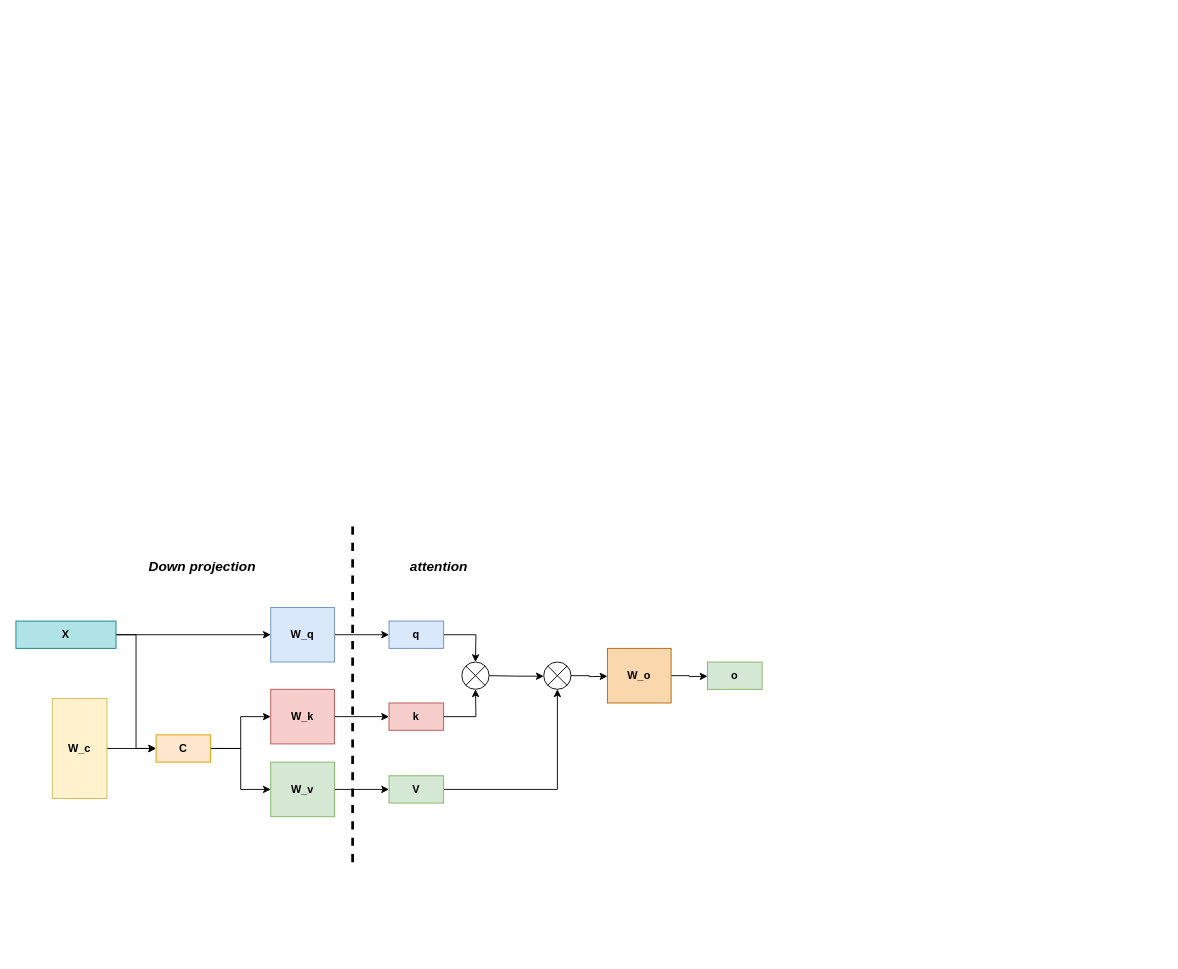
Above: assets/MLA.drawio in ShizhongP/dl-notes (draw.io), before the change. Source tidied: cells renumbered, new cells numbered last; positions are measured from the earlier drawing's top-left corner, leaving out a move shared by most shapes. Both pictures are drawn from the tidied source at 91%, with x=0, y=0 at pixel (15, 525).
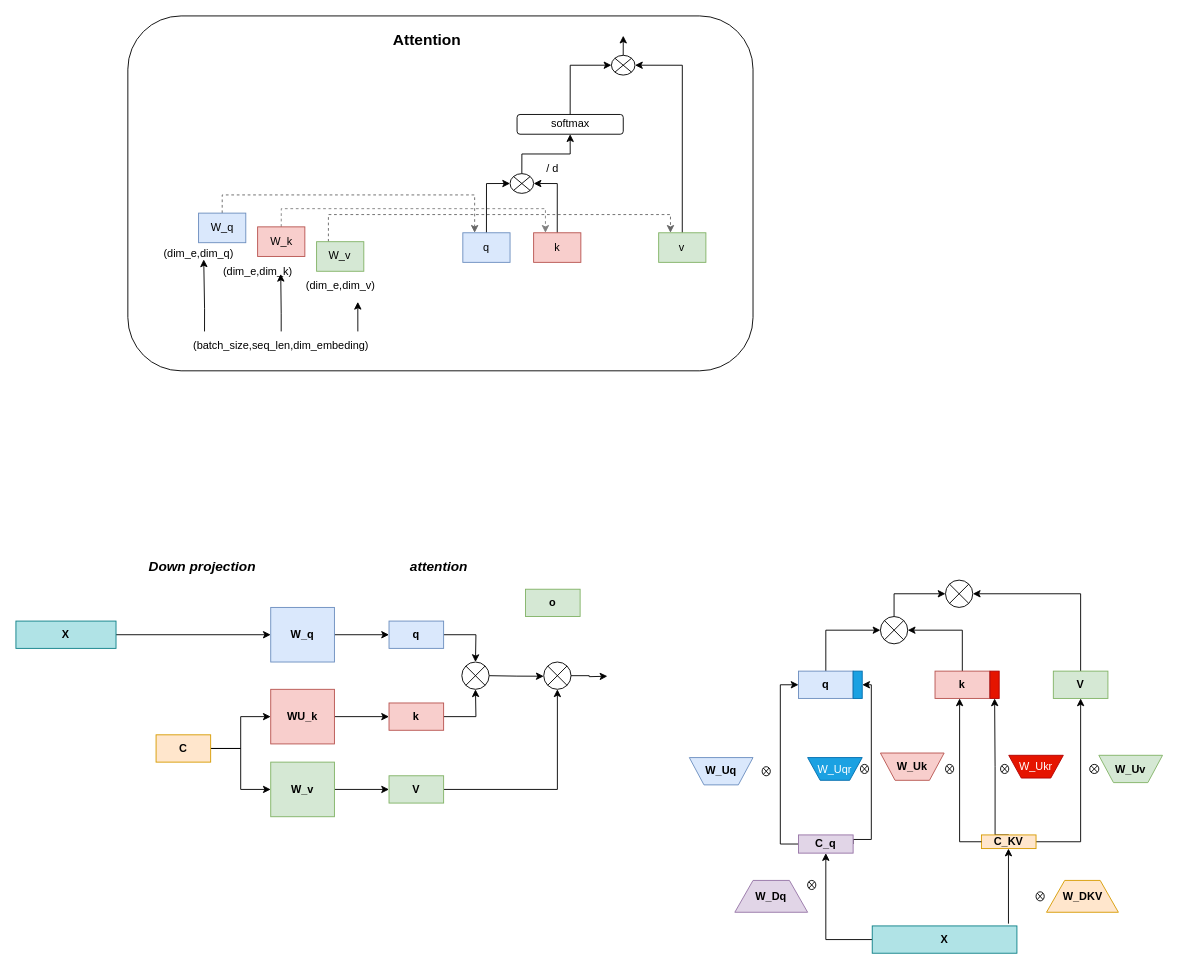
Above is the later version.

Unchanged cells that the change refers to:
```xml
<mxCell id="4" value="&lt;b&gt;X&lt;/b&gt;" style="rounded=0;whiteSpace=wrap;html=1;fillColor=#b0e3e6;strokeColor=#0e8088;" parent="1" vertex="1">
  <mxGeometry y="105" width="110" height="30" as="geometry" />
</mxCell>
<mxCell id="9" value="&lt;b&gt;C&lt;/b&gt;" style="rounded=0;whiteSpace=wrap;html=1;fillColor=#ffe6cc;strokeColor=#d79b00;" parent="1" vertex="1">
  <mxGeometry x="154" y="230" width="60" height="30" as="geometry" />
</mxCell>
```

Diff of the diagram source:
```diff
@@
-    <mxCell id="2" style="edgeStyle=orthogonalEdgeStyle;rounded=0;jettySize=auto;html=1;exitX=1;exitY=0.5;exitDx=0;exitDy=0;entryX=0;entryY=0.5;entryDx=0;entryDy=0;" parent="1" edge="1" source="4" target="9">
-      <mxGeometry relative="1" as="geometry" />
-    </mxCell>
@@
-    <mxCell id="5" style="edgeStyle=orthogonalEdgeStyle;rounded=0;jettySize=auto;html=1;exitX=1;exitY=0.5;exitDx=0;exitDy=0;entryX=0;entryY=0.5;entryDx=0;entryDy=0;" parent="1" edge="1" source="6" target="9">
-      <mxGeometry relative="1" as="geometry" />
-    </mxCell>
-    <mxCell id="6" value="&lt;b&gt;W_c&lt;/b&gt;" style="rounded=0;whiteSpace=wrap;html=1;fillColor=#fff2cc;strokeColor=#d6b656;" parent="1" vertex="1">
-      <mxGeometry x="40" y="190" width="60" height="110" as="geometry" />
-    </mxCell>
@@
-    <mxCell id="13" value="&lt;b&gt;W_k&lt;/b&gt;" style="rounded=0;whiteSpace=wrap;html=1;fillColor=#f8cecc;strokeColor=#b85450;" parent="1" vertex="1">
+    <mxCell id="13" value="&lt;b&gt;WU_k&lt;/b&gt;" style="rounded=0;whiteSpace=wrap;html=1;fillColor=#f8cecc;strokeColor=#b85450;" parent="1" vertex="1">
       <mxGeometry x="280" y="180" width="70" height="60" as="geometry" />
     </mxCell>
@@
-    <mxCell id="29" style="endArrow=none;html=1;rounded=0;dashed=1;strokeWidth=3;" parent="1" edge="1">
-      <mxGeometry relative="1" as="geometry">
-        <mxPoint x="370" y="370" as="sourcePoint" />
-        <mxPoint x="370" as="targetPoint" />
-      </mxGeometry>
-    </mxCell>
-    <mxCell id="30" style="edgeStyle=orthogonalEdgeStyle;rounded=0;jettySize=auto;html=1;exitX=1;exitY=0.5;exitDx=0;exitDy=0;" parent="1" edge="1" source="31">
-      <mxGeometry relative="1" as="geometry">
-        <mxPoint x="760" y="165.6" as="targetPoint" />
-      </mxGeometry>
-    </mxCell>
-    <mxCell id="31" value="&lt;b&gt;W_o&lt;/b&gt;" style="rounded=0;whiteSpace=wrap;html=1;fillColor=#fad7ac;strokeColor=#b46504;" parent="1" vertex="1">
-      <mxGeometry x="650" y="135" width="70" height="60" as="geometry" />
-    </mxCell>
     <mxCell id="32" value="&lt;b&gt;o&lt;/b&gt;" style="rounded=0;whiteSpace=wrap;html=1;fillColor=#d5e8d4;strokeColor=#82b366;" parent="1" vertex="1">
-      <mxGeometry x="760" y="150" width="60" height="30" as="geometry" />
+      <mxGeometry x="560" y="70" width="60" height="30" as="geometry" />
     </mxCell>
+    <mxCell id="33" style="group;" parent="1" vertex="1">
+      <mxGeometry x="110" y="-560" width="700" height="390" as="geometry" />
+    </mxCell>
+    <mxCell id="34" style="rounded=1;whiteSpace=wrap;html=1;" parent="33" vertex="1">
+      <mxGeometry x="13" width="687" height="390" as="geometry" />
+    </mxCell>
+    <mxCell id="35" style="edgeStyle=orthogonalEdgeStyle;rounded=0;jettySize=auto;html=1;exitX=0.5;exitY=0;exitDx=0;exitDy=0;entryX=0.25;entryY=0;entryDx=0;entryDy=0;dashed=1;strokeColor=#666666;" parent="33" edge="1" source="36" target="44">
+      <mxGeometry relative="1" as="geometry" />
+    </mxCell>
+    <mxCell id="36" value="W_q" style="rounded=0;whiteSpace=wrap;html=1;fillColor=#dae8fc;strokeColor=#6c8ebf;" parent="33" vertex="1">
+      <mxGeometry x="90.7" y="216.7" width="51.9" height="32.5" as="geometry" />
+    </mxCell>
+    <mxCell id="37" style="edgeStyle=orthogonalEdgeStyle;rounded=0;jettySize=auto;html=1;exitX=0.5;exitY=0;exitDx=0;exitDy=0;entryX=0.25;entryY=0;entryDx=0;entryDy=0;dashed=1;strokeColor=#808080;" parent="33" edge="1" source="38" target="46">
+      <mxGeometry relative="1" as="geometry" />
+    </mxCell>
+    <mxCell id="38" value="W_k" style="rounded=0;whiteSpace=wrap;html=1;fillColor=#f8cecc;strokeColor=#b85450;" parent="33" vertex="1">
+      <mxGeometry x="155.6" y="231.8" width="51.9" height="32.5" as="geometry" />
+    </mxCell>
+    <mxCell id="39" style="edgeStyle=orthogonalEdgeStyle;rounded=0;jettySize=auto;html=1;exitX=0.25;exitY=0;exitDx=0;exitDy=0;entryX=0.25;entryY=0;entryDx=0;entryDy=0;dashed=1;strokeColor=#666666;" parent="33" edge="1" source="40" target="48">
+      <mxGeometry relative="1" as="geometry" />
+    </mxCell>
+    <mxCell id="40" value="W_v" style="rounded=0;whiteSpace=wrap;html=1;fillColor=#d5e8d4;strokeColor=#82b366;" parent="33" vertex="1">
+      <mxGeometry x="220.4" y="248.1" width="51.9" height="32.5" as="geometry" />
+    </mxCell>
+    <mxCell id="41" style="edgeStyle=orthogonalEdgeStyle;rounded=0;jettySize=auto;html=1;exitX=0.75;exitY=0;exitDx=0;exitDy=0;" parent="33" edge="1" source="42">
+      <mxGeometry relative="1" as="geometry">
+        <mxPoint x="265.7" y="314.2" as="targetPoint" />
+      </mxGeometry>
+    </mxCell>
+    <mxCell id="42" value="(batch_size,seq_len,dim_embeding)" style="text;html=1;align=center;verticalAlign=middle;whiteSpace=wrap;rounded=0;" parent="33" vertex="1">
+      <mxGeometry x="13" y="346.7" width="337" height="32.5" as="geometry" />
+    </mxCell>
+    <mxCell id="43" style="edgeStyle=orthogonalEdgeStyle;rounded=0;jettySize=auto;html=1;exitX=0.5;exitY=0;exitDx=0;exitDy=0;entryX=0;entryY=0.5;entryDx=0;entryDy=0;" parent="33" edge="1" source="44" target="50">
+      <mxGeometry relative="1" as="geometry" />
+    </mxCell>
+    <mxCell id="44" value="q" style="rounded=0;whiteSpace=wrap;html=1;fillColor=#dae8fc;strokeColor=#6c8ebf;" parent="33" vertex="1">
+      <mxGeometry x="381.1" y="238.3" width="51.9" height="32.5" as="geometry" />
+    </mxCell>
+    <mxCell id="45" style="edgeStyle=orthogonalEdgeStyle;rounded=0;jettySize=auto;html=1;exitX=0.5;exitY=0;exitDx=0;exitDy=0;entryX=1;entryY=0.5;entryDx=0;entryDy=0;" parent="33" edge="1" source="46" target="50">
+      <mxGeometry relative="1" as="geometry" />
+    </mxCell>
+    <mxCell id="46" value="k" style="rounded=0;whiteSpace=wrap;html=1;fillColor=#f8cecc;strokeColor=#b85450;" parent="33" vertex="1">
+      <mxGeometry x="458.9" y="238.3" width="51.9" height="32.5" as="geometry" />
+    </mxCell>
+    <mxCell id="47" style="edgeStyle=orthogonalEdgeStyle;rounded=0;jettySize=auto;html=1;exitX=0.5;exitY=0;exitDx=0;exitDy=0;entryX=1;entryY=0.5;entryDx=0;entryDy=0;" parent="33" edge="1" source="48" target="54">
+      <mxGeometry relative="1" as="geometry" />
+    </mxCell>
+    <mxCell id="48" value="v" style="rounded=0;whiteSpace=wrap;html=1;fillColor=#d5e8d4;strokeColor=#82b366;" parent="33" vertex="1">
+      <mxGeometry x="596.3" y="238.3" width="51.9" height="32.5" as="geometry" />
+    </mxCell>
+    <mxCell id="49" style="edgeStyle=orthogonalEdgeStyle;rounded=0;jettySize=auto;html=1;exitX=0.5;exitY=0;exitDx=0;exitDy=0;entryX=0.5;entryY=1;entryDx=0;entryDy=0;" parent="33" edge="1" source="50" target="52">
+      <mxGeometry relative="1" as="geometry" />
+    </mxCell>
+    <mxCell id="50" style="shape=sumEllipse;perimeter=ellipsePerimeter;whiteSpace=wrap;html=1;backgroundOutline=1;" parent="33" vertex="1">
+      <mxGeometry x="433" y="173.3" width="25.9" height="21.7" as="geometry" />
+    </mxCell>
+    <mxCell id="51" style="edgeStyle=orthogonalEdgeStyle;rounded=0;jettySize=auto;html=1;exitX=0.5;exitY=0;exitDx=0;exitDy=0;entryX=0;entryY=0.5;entryDx=0;entryDy=0;" parent="33" edge="1" source="52" target="54">
+      <mxGeometry relative="1" as="geometry" />
+    </mxCell>
+    <mxCell id="52" value="softmax" style="rounded=1;whiteSpace=wrap;html=1;" parent="33" vertex="1">
+      <mxGeometry x="440.7" y="108.3" width="116.7" height="21.7" as="geometry" />
+    </mxCell>
+    <mxCell id="53" style="edgeStyle=orthogonalEdgeStyle;rounded=0;jettySize=auto;html=1;exitX=0.5;exitY=0;exitDx=0;exitDy=0;" parent="33" edge="1" source="54">
+      <mxGeometry relative="1" as="geometry">
+        <mxPoint x="557.4" y="21.7" as="targetPoint" />
+      </mxGeometry>
+    </mxCell>
+    <mxCell id="54" style="shape=sumEllipse;perimeter=ellipsePerimeter;whiteSpace=wrap;html=1;backgroundOutline=1;" parent="33" vertex="1">
+      <mxGeometry x="544.4" y="43.3" width="25.9" height="21.7" as="geometry" />
+    </mxCell>
+    <mxCell id="55" value="/ d" style="text;html=1;align=center;verticalAlign=middle;whiteSpace=wrap;rounded=0;" parent="33" vertex="1">
+      <mxGeometry x="440.7" y="151.7" width="77.8" height="32.5" as="geometry" />
+    </mxCell>
+    <mxCell id="56" value="(dim_e,dim_q)" style="text;html=1;align=center;verticalAlign=middle;whiteSpace=wrap;rounded=0;" parent="33" vertex="1">
+      <mxGeometry y="244.8" width="181.5" height="32.5" as="geometry" />
+    </mxCell>
+    <mxCell id="57" value="(dim_e,dim_k)" style="text;html=1;align=center;verticalAlign=middle;whiteSpace=wrap;rounded=0;" parent="33" vertex="1">
+      <mxGeometry x="64.8" y="264.3" width="181.5" height="32.5" as="geometry" />
+    </mxCell>
+    <mxCell id="58" value="(dim_e,dim_v)" style="text;html=1;align=center;verticalAlign=middle;whiteSpace=wrap;rounded=0;" parent="33" vertex="1">
+      <mxGeometry x="155.6" y="280.6" width="181.5" height="32.5" as="geometry" />
+    </mxCell>
+    <mxCell id="59" style="edgeStyle=orthogonalEdgeStyle;rounded=0;jettySize=auto;html=1;exitX=0.25;exitY=0;exitDx=0;exitDy=0;entryX=0.174;entryY=0.1;entryDx=0;entryDy=0;entryPerimeter=0;" parent="33" edge="1" source="42" target="57">
+      <mxGeometry relative="1" as="geometry" />
+    </mxCell>
+    <mxCell id="60" style="edgeStyle=orthogonalEdgeStyle;rounded=0;jettySize=auto;html=1;exitX=0.5;exitY=0;exitDx=0;exitDy=0;entryX=0.14;entryY=0.089;entryDx=0;entryDy=0;entryPerimeter=0;" parent="33" edge="1" source="42" target="58">
+      <mxGeometry relative="1" as="geometry" />
+    </mxCell>
+    <mxCell id="61" value="&lt;b&gt;&lt;font style=&quot;font-size: 17px;&quot;&gt;Attention&lt;/font&gt;&lt;/b&gt;" style="text;html=1;align=center;verticalAlign=middle;whiteSpace=wrap;rounded=0;" parent="33" vertex="1">
+      <mxGeometry x="303.3" y="10.8" width="77.8" height="32.5" as="geometry" />
+    </mxCell>
+    <mxCell id="62" style="edgeStyle=orthogonalEdgeStyle;rounded=0;jettySize=auto;html=1;exitX=0;exitY=0.5;exitDx=0;exitDy=0;entryX=0.5;entryY=1;entryDx=0;entryDy=0;" parent="1" edge="1" source="63" target="88">
+      <mxGeometry relative="1" as="geometry" />
+    </mxCell>
+    <mxCell id="63" value="&lt;b&gt;X&lt;/b&gt;" style="rounded=0;whiteSpace=wrap;html=1;fillColor=#b0e3e6;strokeColor=#0e8088;" parent="1" vertex="1">
+      <mxGeometry x="941" y="440" width="159" height="30" as="geometry" />
+    </mxCell>
+    <mxCell id="64" value="&lt;b&gt;W_DKV&lt;/b&gt;" style="shape=trapezoid;perimeter=trapezoidPerimeter;whiteSpace=wrap;html=1;fixedSize=1;fillColor=#ffe6cc;strokeColor=#d79b00;" parent="1" vertex="1">
+      <mxGeometry x="1132.5" y="390" width="79" height="35" as="geometry" />
+    </mxCell>
+    <mxCell id="65" style="edgeStyle=orthogonalEdgeStyle;rounded=0;jettySize=auto;html=1;exitX=1;exitY=0.5;exitDx=0;exitDy=0;entryX=0.5;entryY=1;entryDx=0;entryDy=0;" parent="1" edge="1" source="67" target="72">
+      <mxGeometry relative="1" as="geometry">
+        <Array as="points">
+          <mxPoint x="1170" y="348" />
+        </Array>
+      </mxGeometry>
+    </mxCell>
+    <mxCell id="66" style="edgeStyle=orthogonalEdgeStyle;rounded=0;jettySize=auto;html=1;exitX=0.5;exitY=0;exitDx=0;exitDy=0;entryX=0.5;entryY=1;entryDx=0;entryDy=0;" parent="1" edge="1" source="67" target="94">
+      <mxGeometry relative="1" as="geometry">
+        <Array as="points">
+          <mxPoint x="1076" y="340" />
+          <mxPoint x="1076" y="265" />
+        </Array>
+      </mxGeometry>
+    </mxCell>
+    <mxCell id="67" value="&lt;b&gt;C_KV&lt;/b&gt;" style="rounded=0;whiteSpace=wrap;html=1;fillColor=#ffe6cc;strokeColor=#d79b00;" parent="1" vertex="1">
+      <mxGeometry x="1061" y="340" width="60" height="15" as="geometry" />
+    </mxCell>
+    <mxCell id="68" value="&lt;b&gt;W_Dq&lt;/b&gt;" style="shape=trapezoid;perimeter=trapezoidPerimeter;whiteSpace=wrap;html=1;fixedSize=1;fillColor=#e1d5e7;strokeColor=#9673a6;" parent="1" vertex="1">
+      <mxGeometry x="790" y="390" width="80" height="35" as="geometry" />
+    </mxCell>
+    <mxCell id="69" style="edgeStyle=orthogonalEdgeStyle;rounded=0;jettySize=auto;html=1;exitX=0.5;exitY=0;exitDx=0;exitDy=0;entryX=1;entryY=0.5;entryDx=0;entryDy=0;" parent="1" edge="1" source="70" target="82">
+      <mxGeometry relative="1" as="geometry" />
+    </mxCell>
+    <mxCell id="70" value="&lt;b&gt;k&lt;/b&gt;" style="rounded=0;whiteSpace=wrap;html=1;fillColor=#f8cecc;strokeColor=#b85450;" parent="1" vertex="1">
+      <mxGeometry x="1010" y="160" width="60" height="30" as="geometry" />
+    </mxCell>
+    <mxCell id="71" style="edgeStyle=orthogonalEdgeStyle;rounded=0;jettySize=auto;html=1;exitX=0.5;exitY=0;exitDx=0;exitDy=0;entryX=1;entryY=0.5;entryDx=0;entryDy=0;" parent="1" edge="1" source="72" target="83">
+      <mxGeometry relative="1" as="geometry" />
+    </mxCell>
+    <mxCell id="72" value="&lt;b&gt;V&lt;/b&gt;" style="rounded=0;whiteSpace=wrap;html=1;fillColor=#d5e8d4;strokeColor=#82b366;" parent="1" vertex="1">
+      <mxGeometry x="1140" y="160" width="60" height="30" as="geometry" />
+    </mxCell>
+    <mxCell id="73" style="edgeStyle=orthogonalEdgeStyle;rounded=0;jettySize=auto;html=1;exitX=0.5;exitY=0;exitDx=0;exitDy=0;entryX=0;entryY=0.5;entryDx=0;entryDy=0;" parent="1" edge="1" source="74" target="82">
+      <mxGeometry relative="1" as="geometry" />
+    </mxCell>
+    <mxCell id="74" value="&lt;b&gt;q&lt;/b&gt;" style="rounded=0;whiteSpace=wrap;html=1;fillColor=#dae8fc;strokeColor=#6c8ebf;" parent="1" vertex="1">
+      <mxGeometry x="860" y="160" width="60" height="30" as="geometry" />
+    </mxCell>
+    <mxCell id="75" style="shape=sumEllipse;perimeter=ellipsePerimeter;whiteSpace=wrap;html=1;backgroundOutline=1;" parent="1" vertex="1">
+      <mxGeometry x="1180" y="262.5" width="10" height="10" as="geometry" />
+    </mxCell>
+    <mxCell id="76" style="shape=sumEllipse;perimeter=ellipsePerimeter;whiteSpace=wrap;html=1;backgroundOutline=1;" parent="1" vertex="1">
+      <mxGeometry x="1021.5" y="262.5" width="9" height="10" as="geometry" />
+    </mxCell>
+    <mxCell id="77" style="edgeStyle=orthogonalEdgeStyle;rounded=0;jettySize=auto;html=1;exitX=0;exitY=0.5;exitDx=0;exitDy=0;entryX=0.45;entryY=1;entryDx=0;entryDy=0;entryPerimeter=0;" parent="1" edge="1" source="67" target="70">
+      <mxGeometry relative="1" as="geometry" />
+    </mxCell>
+    <mxCell id="78" style="endArrow=classic;html=1;rounded=0;entryX=0.5;entryY=1;entryDx=0;entryDy=0;" parent="1" edge="1">
+      <mxGeometry relative="1" as="geometry">
+        <mxPoint x="1090.7" y="437.5" as="sourcePoint" />
+        <mxPoint x="1090.7" y="355" as="targetPoint" />
+      </mxGeometry>
+    </mxCell>
+    <mxCell id="79" style="shape=sumEllipse;perimeter=ellipsePerimeter;whiteSpace=wrap;html=1;backgroundOutline=1;" parent="1" vertex="1">
+      <mxGeometry x="1121" y="402.5" width="9" height="10" as="geometry" />
+    </mxCell>
+    <mxCell id="80" style="shape=sumEllipse;perimeter=ellipsePerimeter;whiteSpace=wrap;html=1;backgroundOutline=1;" parent="1" vertex="1">
+      <mxGeometry x="870" y="390" width="9" height="10" as="geometry" />
+    </mxCell>
+    <mxCell id="81" style="edgeStyle=orthogonalEdgeStyle;rounded=0;jettySize=auto;html=1;exitX=0.5;exitY=0;exitDx=0;exitDy=0;entryX=0;entryY=0.5;entryDx=0;entryDy=0;" parent="1" edge="1" source="82" target="83">
+      <mxGeometry relative="1" as="geometry" />
+    </mxCell>
+    <mxCell id="82" style="shape=sumEllipse;perimeter=ellipsePerimeter;whiteSpace=wrap;html=1;backgroundOutline=1;" parent="1" vertex="1">
+      <mxGeometry x="950" y="100" width="30" height="30" as="geometry" />
+    </mxCell>
+    <mxCell id="83" style="shape=sumEllipse;perimeter=ellipsePerimeter;whiteSpace=wrap;html=1;backgroundOutline=1;" parent="1" vertex="1">
+      <mxGeometry x="1021.5" y="60" width="30" height="30" as="geometry" />
+    </mxCell>
+    <mxCell id="84" value="&lt;b&gt;W_Uk&lt;/b&gt;" style="verticalLabelPosition=middle;verticalAlign=middle;html=1;shape=trapezoid;perimeter=trapezoidPerimeter;whiteSpace=wrap;size=0.23;arcSize=10;flipV=1;labelPosition=center;align=center;fillColor=#f8cecc;strokeColor=#b85450;" parent="1" vertex="1">
+      <mxGeometry x="950" y="250" width="70" height="30" as="geometry" />
+    </mxCell>
+    <mxCell id="85" value="&lt;b&gt;W_Uv&lt;/b&gt;" style="verticalLabelPosition=middle;verticalAlign=middle;html=1;shape=trapezoid;perimeter=trapezoidPerimeter;whiteSpace=wrap;size=0.23;arcSize=10;flipV=1;labelPosition=center;align=center;fillColor=#d5e8d4;strokeColor=#82b366;" parent="1" vertex="1">
+      <mxGeometry x="1190" y="252.5" width="70" height="30" as="geometry" />
+    </mxCell>
+    <mxCell id="86" style="edgeStyle=orthogonalEdgeStyle;rounded=0;jettySize=auto;html=1;exitX=0;exitY=0.5;exitDx=0;exitDy=0;entryX=0;entryY=0.5;entryDx=0;entryDy=0;" parent="1" edge="1" source="88" target="74">
+      <mxGeometry relative="1" as="geometry" />
+    </mxCell>
+    <mxCell id="87" style="edgeStyle=orthogonalEdgeStyle;rounded=0;jettySize=auto;html=1;exitX=1;exitY=0.5;exitDx=0;exitDy=0;entryX=1;entryY=0.5;entryDx=0;entryDy=0;" parent="1" edge="1" source="88" target="91">
+      <mxGeometry relative="1" as="geometry">
+        <Array as="points">
+          <mxPoint x="940" y="345" />
+          <mxPoint x="940" y="175" />
+        </Array>
+      </mxGeometry>
+    </mxCell>
+    <mxCell id="88" value="&lt;b&gt;C_q&lt;/b&gt;" style="rounded=0;whiteSpace=wrap;html=1;fillColor=#e1d5e7;strokeColor=#9673a6;" parent="1" vertex="1">
+      <mxGeometry x="860" y="340" width="60" height="20" as="geometry" />
+    </mxCell>
+    <mxCell id="89" value="&lt;b&gt;W_Uq&lt;/b&gt;" style="verticalLabelPosition=middle;verticalAlign=middle;html=1;shape=trapezoid;perimeter=trapezoidPerimeter;whiteSpace=wrap;size=0.23;arcSize=10;flipV=1;labelPosition=center;align=center;fillColor=#dae8fc;strokeColor=#6c8ebf;" parent="1" vertex="1">
+      <mxGeometry x="740" y="255" width="70" height="30" as="geometry" />
+    </mxCell>
+    <mxCell id="90" style="shape=sumEllipse;perimeter=ellipsePerimeter;whiteSpace=wrap;html=1;backgroundOutline=1;" parent="1" vertex="1">
+      <mxGeometry x="820" y="265" width="9" height="10" as="geometry" />
+    </mxCell>
+    <mxCell id="91" style="rounded=0;whiteSpace=wrap;html=1;fillColor=#1ba1e2;fontColor=#ffffff;strokeColor=#006EAF;" parent="1" vertex="1">
+      <mxGeometry x="920" y="160" width="10" height="30" as="geometry" />
+    </mxCell>
+    <mxCell id="92" value="W_Uqr" style="verticalLabelPosition=middle;verticalAlign=middle;html=1;shape=trapezoid;perimeter=trapezoidPerimeter;whiteSpace=wrap;size=0.23;arcSize=10;flipV=1;labelPosition=center;align=center;fillColor=#1ba1e2;strokeColor=#006EAF;fontColor=#ffffff;" parent="1" vertex="1">
+      <mxGeometry x="870" y="255" width="60" height="25" as="geometry" />
+    </mxCell>
+    <mxCell id="93" style="shape=sumEllipse;perimeter=ellipsePerimeter;whiteSpace=wrap;html=1;backgroundOutline=1;" parent="1" vertex="1">
+      <mxGeometry x="928" y="262.5" width="9" height="10" as="geometry" />
+    </mxCell>
+    <mxCell id="94" style="rounded=0;whiteSpace=wrap;html=1;fillColor=#e51400;fontColor=#ffffff;strokeColor=#B20000;" parent="1" vertex="1">
+      <mxGeometry x="1070.5" y="160" width="10" height="30" as="geometry" />
+    </mxCell>
+    <mxCell id="95" value="W_Ukr" style="verticalLabelPosition=middle;verticalAlign=middle;html=1;shape=trapezoid;perimeter=trapezoidPerimeter;whiteSpace=wrap;size=0.23;arcSize=10;flipV=1;labelPosition=center;align=center;fillColor=#e51400;strokeColor=#B20000;fontColor=#ffffff;" parent="1" vertex="1">
+      <mxGeometry x="1091" y="252.5" width="60" height="25" as="geometry" />
+    </mxCell>
+    <mxCell id="96" style="shape=sumEllipse;perimeter=ellipsePerimeter;whiteSpace=wrap;html=1;backgroundOutline=1;" parent="1" vertex="1">
+      <mxGeometry x="1082" y="262.5" width="9" height="10" as="geometry" />
+    </mxCell>
```
